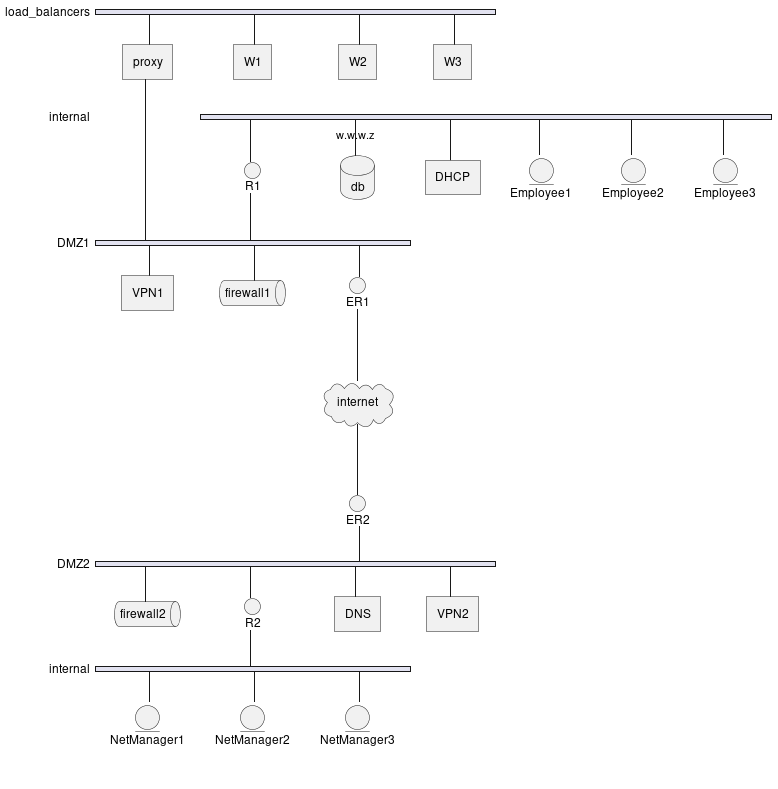
joaolucasmartins/grs2022 keeps this PlantUML diagram as proj/docs/grs.png. Above is the earlier version. The source it was exported from:
```plantuml
@startuml
nwdiag {
    network load_balancers {
      proxy;
      W1;
      W2;
      W3;
    }
    network internal {
      R1 [shape = interface]
      db [address = "w.w.w.z", shape = database];
      DHCP [shape = rectangle];
      Employee1 [shape = entity]
      Employee2 [shape = entity]
      Employee3 [shape = entity]
    }

    network DMZ1 {
      proxy [shape = rectangle];
      VPN1 [shape = rectangle]
      firewall1 [shape = queue];
      ER1 [shape = interface];
      R1 [shape = interface];
    }

    ER1 [shape = interface];
    ER1 -- internet;
    internet [ shape = cloud];
    internet -- ER2;

    network DMZ2 {
      ER2 [shape = interface]
      firewall2 [shape = queue]
      R2 [shape = interface]
      DNS [shape = rectangle]
      VPN2 [shape = rectangle]
    }

    network internal {
      R2 [shape = interface]
      NetManager1 [shape = entity]
      NetManager2 [shape = entity]
      NetManager3 [shape = entity]
    }
}
@enduml
```
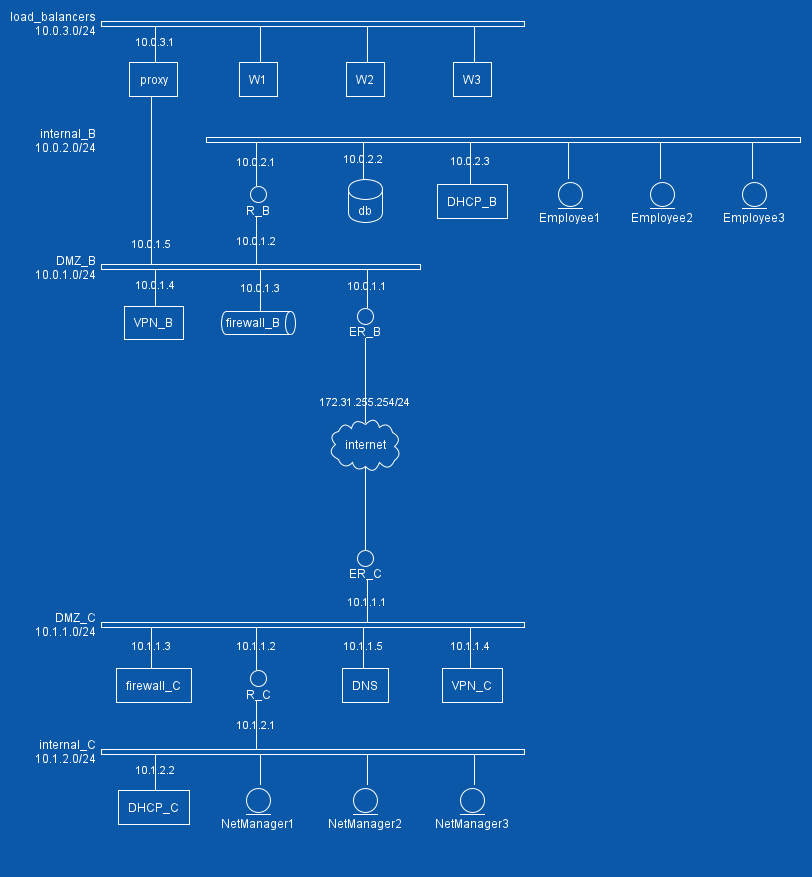
The same diagram one commit later.

Commit message:
Update: Network diagram with ips

Change to the diagram source:
```diff
@@ -1,46 +1,53 @@
 @startuml
+!theme amiga
 nwdiag {
-    network load_balancers {
-      proxy;
-      W1;
-      W2;
-      W3;
-    }
-    network internal {
-      R1 [shape = interface]
-      db [address = "w.w.w.z", shape = database];
-      DHCP [shape = rectangle];
-      Employee1 [shape = entity]
-      Employee2 [shape = entity]
-      Employee3 [shape = entity]
-    }
+  network load_balancers {
+    address = "10.0.3.0/24";
+    proxy[address = "10.0.3.1"];
+    W1;
+    W2;
+    W3;
+  }
+  network internal_B {
+    address = "10.0.2.0/24";
+    R_B [shape = interface, address="10.0.2.1"]
+    db [shape = database, address = "10.0.2.2"];
+    DHCP_B [shape = rectangle, address = "10.0.2.3"];
+    Employee1 [shape = entity]
+    Employee2 [shape = entity]
+    Employee3 [shape = entity]
+  }
 
-    network DMZ1 {
-      proxy [shape = rectangle];
-      VPN1 [shape = rectangle]
-      firewall1 [shape = queue];
-      ER1 [shape = interface];
-      R1 [shape = interface];
-    }
+  network DMZ_B {
+    address = "10.0.1.0/24";
+    proxy [shape = rectangle, address="10.0.1.5"];
+    VPN_B [shape = rectangle, address="10.0.1.4"]
+    firewall_B [shape = queue, address="10.0.1.3"];
+    ER_B [shape = interface, address="10.0.1.1"];
+    R_B [shape = interface, address="10.0.1.2"];
+  }
 
-    ER1 [shape = interface];
-    ER1 -- internet;
-    internet [ shape = cloud];
-    internet -- ER2;
+  ER_B [shape = interface];
+  ER_B -- internet;
+  internet [shape = cloud, address=172.31.255.254/24];
+  internet -- ER_C;
 
-    network DMZ2 {
-      ER2 [shape = interface]
-      firewall2 [shape = queue]
-      R2 [shape = interface]
-      DNS [shape = rectangle]
-      VPN2 [shape = rectangle]
-    }
+  network DMZ_C {
+    address = "10.1.1.0/24";
+    ER_C [shape = interface, address="10.1.1.1"]
+    firewall_C [shape = queu, address="10.1.1.3"]
+    R_C [shape = interfac, address="10.1.1.2"]
+    DNS [shape = rectangl, address="10.1.1.5"]
+    VPN_C [shape = rectangl, address="10.1.1.4"]
+  }
 
-    network internal {
-      R2 [shape = interface]
-      NetManager1 [shape = entity]
-      NetManager2 [shape = entity]
-      NetManager3 [shape = entity]
-    }
+  network internal_C {
+    address = "10.1.2.0/24";
+    R_C [shape = interface, address="10.1.2.1"]
+    DHCP_C [shape = rectangle, address="10.1.2.2"];
+    NetManager1 [shape = entity]
+    NetManager2 [shape = entity]
+    NetManager3 [shape = entity]
+  }
 }
 @enduml
```
